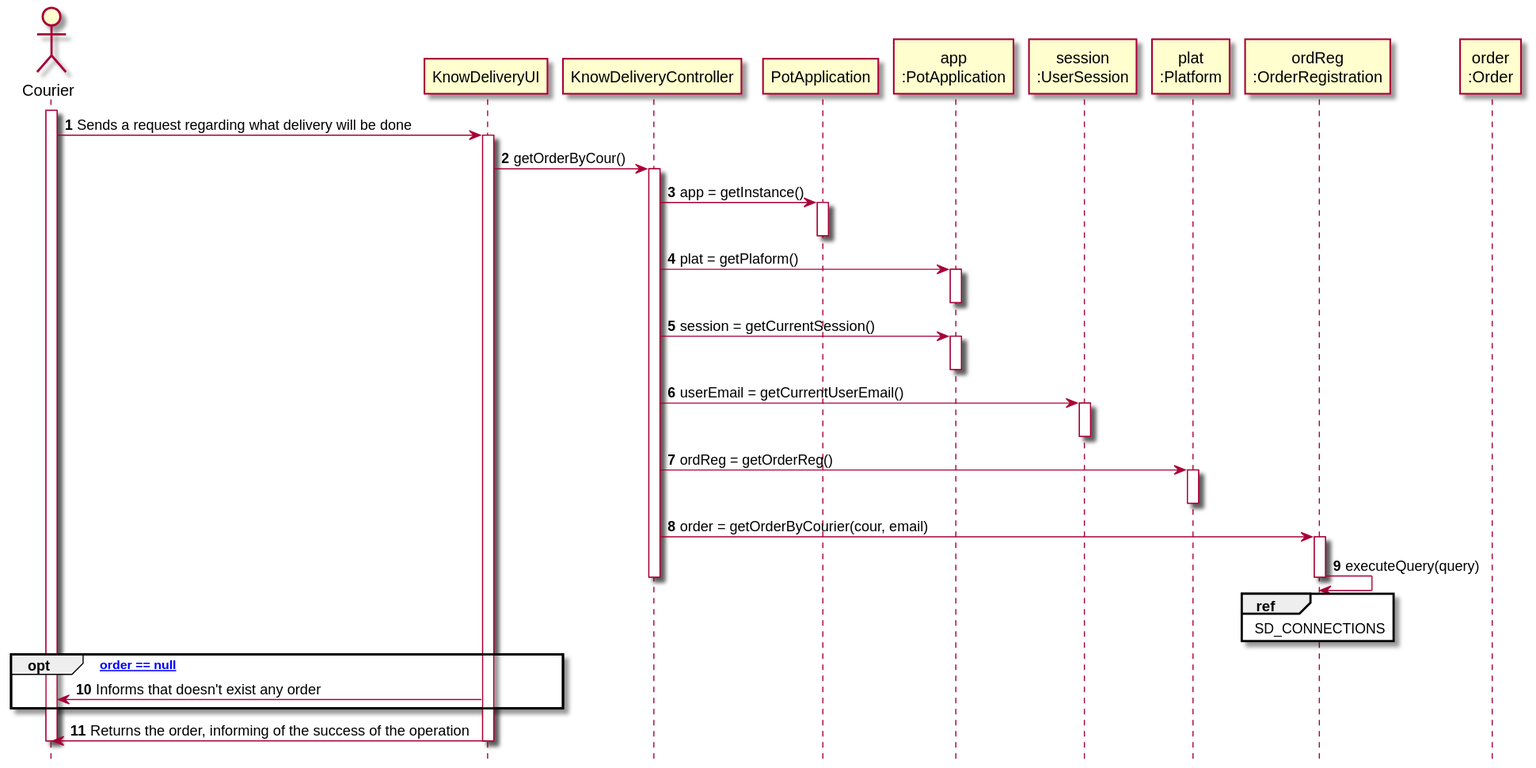
Before: docs/Iteration 1/Delivery Management/US48_KnowDelivery/US48_SD.svg, a diagram exported from PlantUML (tiagoavcosta25/LAPR3).
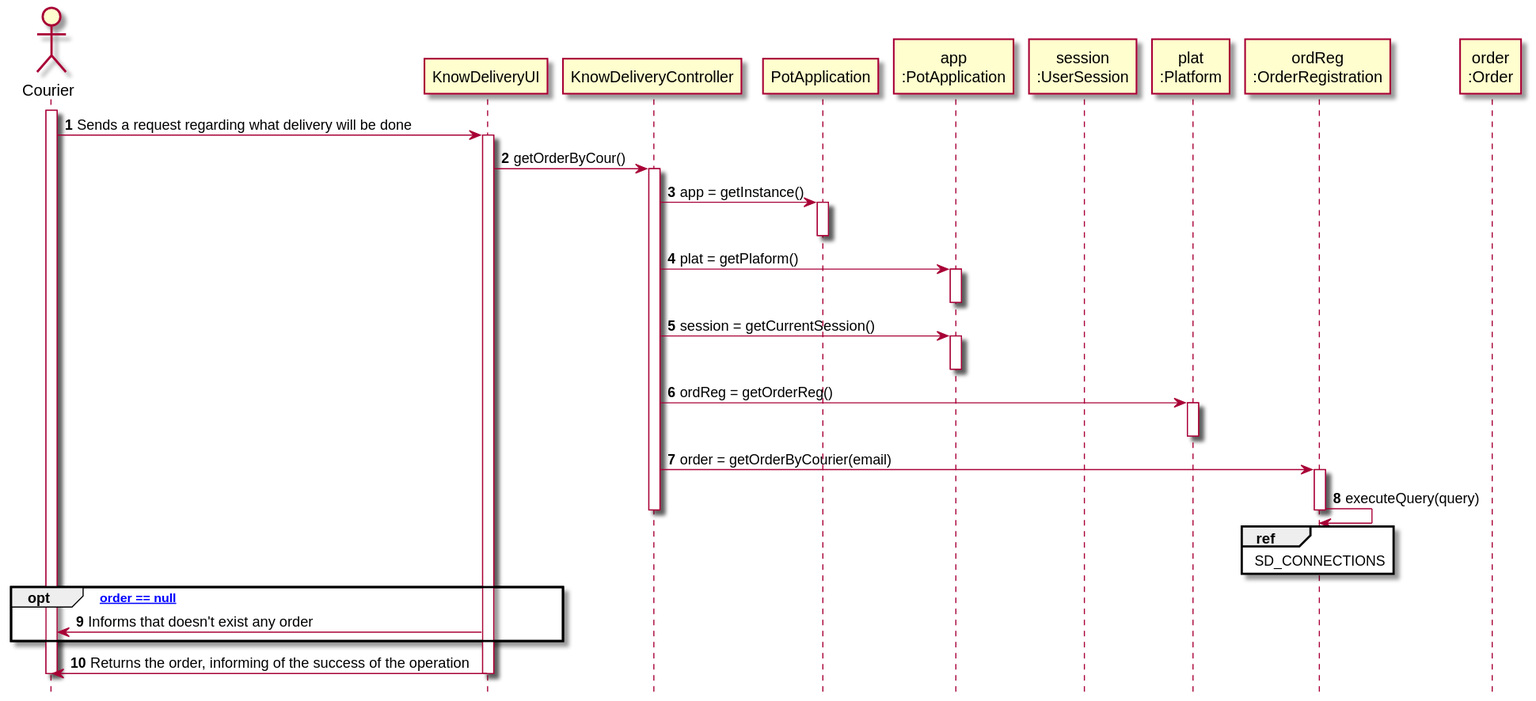
The same file after the commit.

Commit message:
LAPR2AP2-61 #close SQL implementation getOrderByCourier [Implementation] LAPR2AP2-124 #fixing CD, DM, SD fixing [Design

Diff of the diagram source:
```diff
@@ -32,14 +32,11 @@
 activate APP
 deactivate APP
 
-CTRL -> SESSION: userEmail = getCurrentUserEmail()
-activate SESSION
-deactivate SESSION
 
 CTRL -> PLAT : ordReg = getOrderReg()
 activate PLAT
 deactivate PLAT
-CTRL -> ORDREG : order = getOrderByCourier(cour, email)
+CTRL -> ORDREG : order = getOrderByCourier(email)
 activate ORDREG
 ORDREG -> ORDREG : executeQuery(query)
 ref over ORDREG : SD_CONNECTIONS
```
